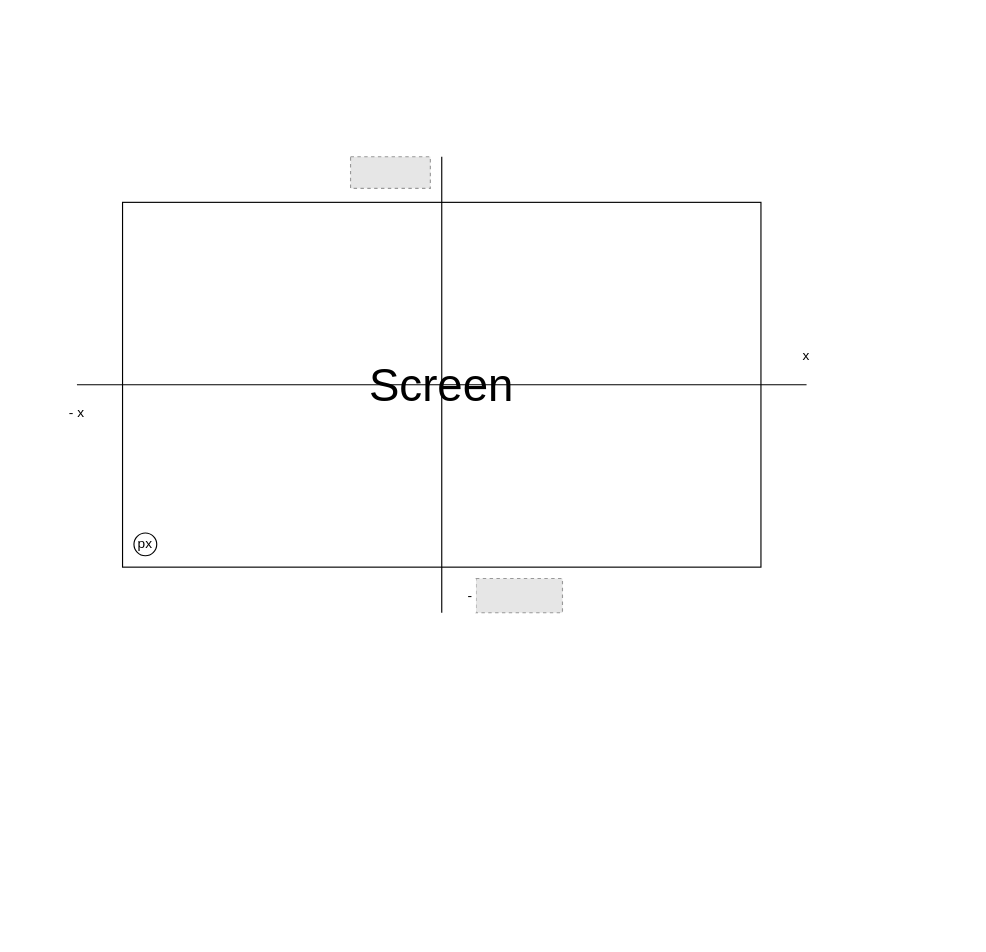
Before: playground/fractol_computation.drawio in rajh-phuyal/42fract_ol, a draw.io diagram. Source tidied: cells renumbered, new cells numbered last; positions are measured from the earlier drawing's top-left corner, leaving out a move shared by most shapes. Both pictures are drawn from the tidied source at 114%, with x=0, y=0 at pixel (42, 156). Pictures stored in the file or linked from it are replaced by grey dashed boxes.
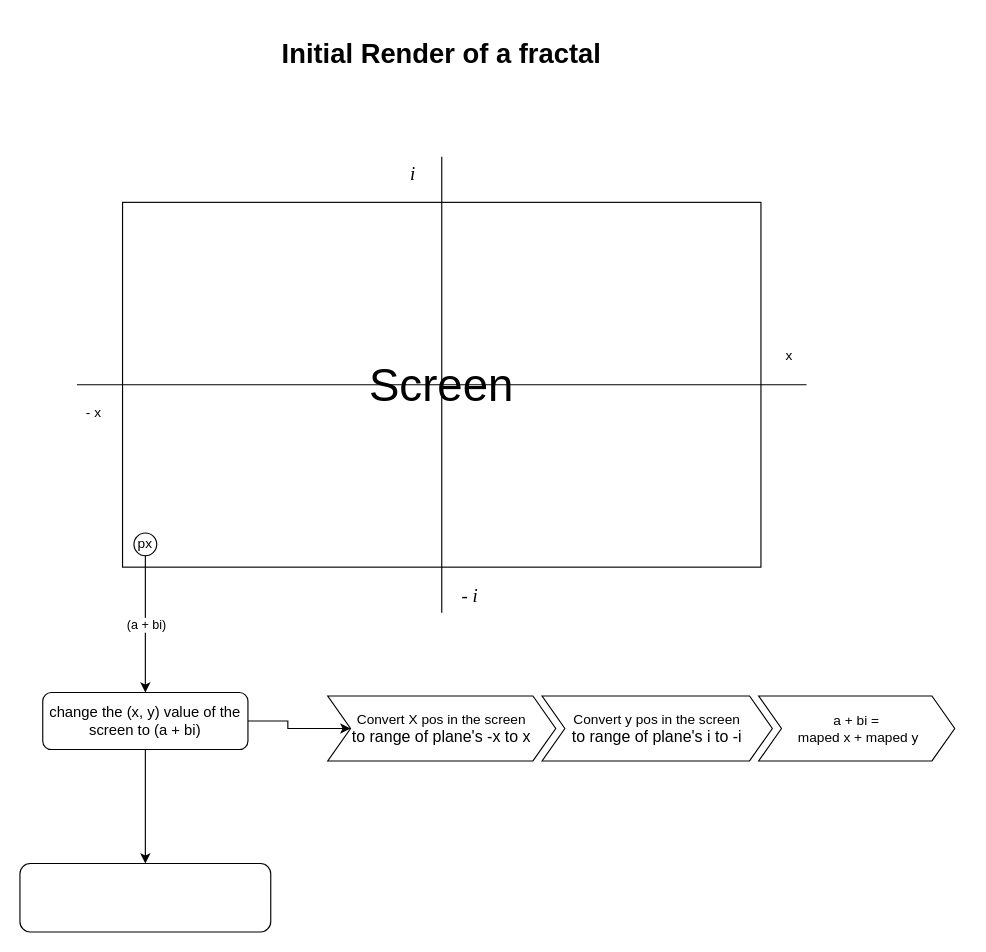
Above is the later version.

The change refers to these unchanged cells:
```xml
<mxCell id="10" style="ellipse;whiteSpace=wrap;html=1;" parent="1" vertex="1">
  <mxGeometry x="80" y="330" width="20" height="20" as="geometry" />
</mxCell>
```

Diff of the diagram source:
```diff
@@
-    <mxCell id="2" style="fillColor=#E6E6E6;strokeColor=#999999;dashed=1;verticalLabelPosition=bottom;verticalAlign=top;" parent="1" vertex="1">
-      <mxGeometry x="270" width="70" height="27.7" as="geometry" />
-    </mxCell>
@@
     <mxCell id="5" value="&lt;font color=&quot;#000000&quot;&gt;x&lt;/font&gt;" style="text;html=1;strokeColor=none;fillColor=#ffffff;align=center;verticalAlign=middle;whiteSpace=wrap;rounded=0;" parent="1" vertex="1">
-      <mxGeometry x="640" y="160" width="60" height="30" as="geometry" />
+      <mxGeometry x="640" y="160" width="30" height="30" as="geometry" />
     </mxCell>
@@
     <mxCell id="7" value="&lt;font color=&quot;#000000&quot;&gt;- x&lt;/font&gt;" style="text;html=1;strokeColor=none;fillColor=#ffffff;align=center;verticalAlign=middle;whiteSpace=wrap;rounded=0;" parent="1" vertex="1">
-      <mxGeometry y="210" width="60" height="30" as="geometry" />
+      <mxGeometry x="30" y="210" width="30" height="30" as="geometry" />
     </mxCell>
-    <mxCell id="8" style="fillColor=#E6E6E6;strokeColor=#999999;dashed=1;verticalLabelPosition=bottom;verticalAlign=top;" parent="1" vertex="1">
-      <mxGeometry x="380" y="370" width="75.9" height="30" as="geometry" />
-    </mxCell>
-    <mxCell id="9" value="&lt;font color=&quot;#000000&quot;&gt;-&lt;/font&gt;" style="text;html=1;strokeColor=none;fillColor=#FFFFFF;align=center;verticalAlign=middle;whiteSpace=wrap;rounded=0;" parent="1" vertex="1">
-      <mxGeometry x="370" y="370" width="10" height="30" as="geometry" />
-    </mxCell>
@@
     <mxCell id="11" value="px" style="text;html=1;strokeColor=none;fillColor=none;align=center;verticalAlign=middle;whiteSpace=wrap;rounded=0;" parent="1" vertex="1">
-      <mxGeometry x="70" y="325" width="40" height="30" as="geometry" />
+      <mxGeometry x="80" y="330" width="20" height="20" as="geometry" />
     </mxCell>
+    <mxCell id="12" value="&lt;h1&gt;&lt;font color=&quot;#000000&quot;&gt;Initial Render of a fractal&lt;/font&gt;&lt;/h1&gt;" style="text;html=1;strokeColor=none;fillColor=#FFFFFF;spacing=5;spacingTop=-20;whiteSpace=wrap;overflow=hidden;rounded=0;" parent="1" vertex="1">
+      <mxGeometry x="205" y="-110" width="290" height="40" as="geometry" />
+    </mxCell>
+    <mxCell id="13" value="&lt;i style=&quot;font-family: &amp;quot;Nimbus Roman No9 L&amp;quot;, &amp;quot;Times New Roman&amp;quot;, Times, serif; font-size: 16.52px; text-align: start;&quot;&gt;&lt;font style=&quot;background-color: rgb(255, 255, 255);&quot; color=&quot;#000000&quot;&gt;i&lt;/font&gt;&lt;/i&gt;" style="text;html=1;strokeColor=none;fillColor=#ffffff;align=center;verticalAlign=middle;whiteSpace=wrap;rounded=0;" parent="1" vertex="1">
+      <mxGeometry x="310" width="30" height="30" as="geometry" />
+    </mxCell>
+    <mxCell id="14" value="&lt;i style=&quot;font-family: &amp;quot;Nimbus Roman No9 L&amp;quot;, &amp;quot;Times New Roman&amp;quot;, Times, serif; font-size: 16.52px; text-align: start;&quot;&gt;&lt;font style=&quot;background-color: rgb(255, 255, 255);&quot; color=&quot;#000000&quot;&gt;- i&lt;/font&gt;&lt;/i&gt;" style="text;html=1;strokeColor=none;fillColor=#ffffff;align=center;verticalAlign=middle;whiteSpace=wrap;rounded=0;" parent="1" vertex="1">
+      <mxGeometry x="360" y="370" width="30" height="30" as="geometry" />
+    </mxCell>
+    <mxCell id="15" style="edgeStyle=orthogonalEdgeStyle;rounded=0;jettySize=auto;html=1;exitX=0.5;exitY=1;exitDx=0;exitDy=0;entryX=0.5;entryY=0;entryDx=0;entryDy=0;" parent="1" edge="1" source="17" target="20">
+      <mxGeometry relative="1" as="geometry" />
+    </mxCell>
+    <mxCell id="16" style="edgeStyle=orthogonalEdgeStyle;rounded=0;jettySize=auto;html=1;exitX=1;exitY=0.5;exitDx=0;exitDy=0;" parent="1" edge="1" source="17" target="22">
+      <mxGeometry relative="1" as="geometry" />
+    </mxCell>
+    <mxCell id="17" value="&lt;font style=&quot;font-size: 13px;&quot;&gt;change the (x, y) value of the screen to (a + bi)&lt;/font&gt;" style="rounded=1;whiteSpace=wrap;html=1;" parent="1" vertex="1">
+      <mxGeometry y="470" width="180" height="50" as="geometry" />
+    </mxCell>
+    <mxCell id="18" style="endArrow=classic;html=1;rounded=0;exitX=0.5;exitY=1;exitDx=0;exitDy=0;entryX=0.5;entryY=0;entryDx=0;entryDy=0;" parent="1" edge="1" source="10" target="17">
+      <mxGeometry relative="1" as="geometry" />
+    </mxCell>
+    <mxCell id="19" value="(a + bi)" style="edgeLabel;html=1;align=center;verticalAlign=middle;backgroundOutline=1;" parent="18" vertex="1">
+      <mxGeometry relative="1" as="geometry" />
+    </mxCell>
+    <mxCell id="20" style="rounded=1;whiteSpace=wrap;html=1;" parent="1" vertex="1">
+      <mxGeometry x="-20" y="620" width="220" height="60" as="geometry" />
+    </mxCell>
+    <mxCell id="21" style="swimlane;horizontal=1;fillColor=none;strokeColor=none;stackBorder=10;align=center;whiteSpace=wrap;html=1;" parent="1" vertex="1">
+      <mxGeometry x="240" y="440" width="570" height="100" as="geometry" />
+    </mxCell>
+    <mxCell id="22" value="Convert X pos in the screen&lt;br style=&quot;font-size: 14px;&quot;&gt;&lt;span style=&quot;font-size: 14px;&quot;&gt;to range of plane's -x to x&lt;/span&gt;" style="shape=step;perimeter=stepPerimeter;fixedSize=1;points=[];whiteSpace=wrap;html=1;" parent="21" vertex="1">
+      <mxGeometry x="10" y="33" width="200" height="57" as="geometry" />
+    </mxCell>
+    <mxCell id="23" value="Convert y pos in the screen&lt;br style=&quot;font-size: 14px;&quot;&gt;&lt;span style=&quot;font-size: 14px;&quot;&gt;to range of plane's i to -i&lt;/span&gt;" style="shape=step;perimeter=stepPerimeter;fixedSize=1;whiteSpace=wrap;html=1;" parent="21" vertex="1">
+      <mxGeometry x="198" y="33" width="202" height="57" as="geometry" />
+    </mxCell>
+    <mxCell id="24" value="a + bi =&lt;br&gt;&amp;nbsp;maped x + maped y" style="shape=step;perimeter=stepPerimeter;fixedSize=1;whiteSpace=wrap;html=1;" parent="21" vertex="1">
+      <mxGeometry x="388" y="33" width="172" height="57" as="geometry" />
+    </mxCell>
```
